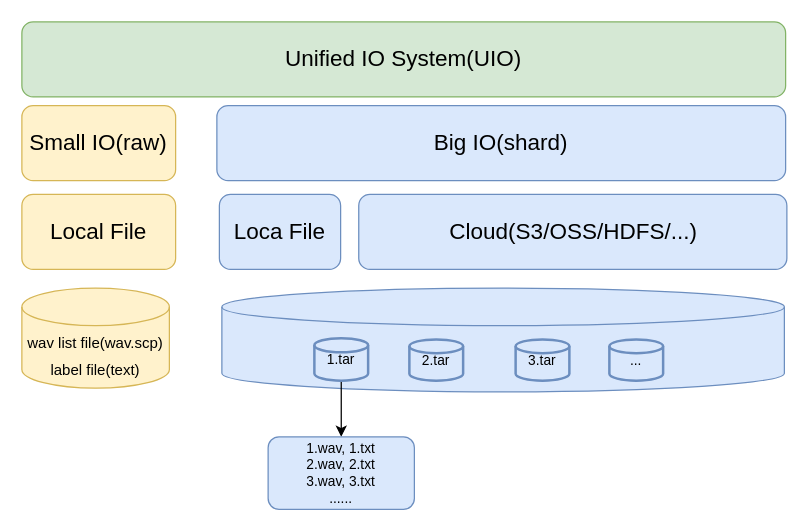
The draw.io diagram wenet_uio_system.drawio in robin1001/draw.io, before the edit. Source tidied: cells renumbered, new cells numbered last; positions are measured from the earlier drawing's top-left corner, leaving out a move shared by most shapes. Both pictures are drawn from the tidied source at 125%, with x=0, y=0 at pixel (21, 21).
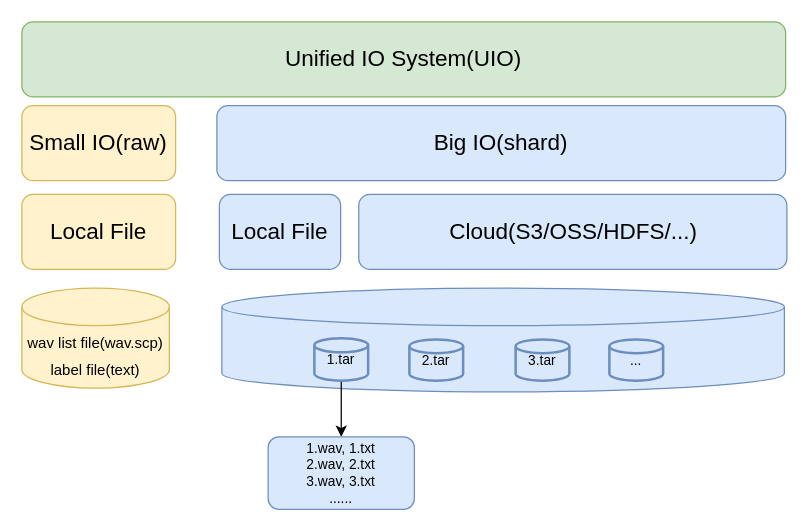
After the change.

Change to the diagram source:
```diff
@@
 <mxGraphModel>
   <root>
     <mxCell id="0" />
     <mxCell id="1" parent="0" />
     <mxCell id="2" value="Unified IO System(UIO)" style="rounded=1;whiteSpace=wrap;html=1;fillColor=#d5e8d4;strokeColor=#82b366;fontSize=18;" parent="1" vertex="1">
       <mxGeometry width="611" height="60" as="geometry" />
     </mxCell>
     <mxCell id="3" value="Small IO(raw)" style="rounded=1;whiteSpace=wrap;html=1;fontSize=18;fillColor=#fff2cc;strokeColor=#d6b656;" parent="1" vertex="1">
       <mxGeometry y="67" width="123" height="60" as="geometry" />
     </mxCell>
     <mxCell id="4" value="Big IO(shard)" style="rounded=1;whiteSpace=wrap;html=1;fontSize=18;fillColor=#dae8fc;strokeColor=#6c8ebf;" parent="1" vertex="1">
       <mxGeometry x="156" y="67" width="455" height="60" as="geometry" />
     </mxCell>
     <mxCell id="5" value="Local File" style="rounded=1;whiteSpace=wrap;html=1;fontSize=18;fillColor=#fff2cc;strokeColor=#d6b656;" parent="1" vertex="1">
       <mxGeometry y="138" width="123" height="60" as="geometry" />
     </mxCell>
-    <mxCell id="6" value="Loca File" style="rounded=1;whiteSpace=wrap;html=1;fontSize=18;fillColor=#dae8fc;strokeColor=#6c8ebf;" parent="1" vertex="1">
+    <mxCell id="6" value="Local File" style="rounded=1;whiteSpace=wrap;html=1;fontSize=18;fillColor=#dae8fc;strokeColor=#6c8ebf;" parent="1" vertex="1">
       <mxGeometry x="158" y="138" width="97" height="60" as="geometry" />
     </mxCell>
     <mxCell id="7" value="Cloud(S3/OSS/HDFS/...)" style="rounded=1;whiteSpace=wrap;html=1;fontSize=18;fillColor=#dae8fc;strokeColor=#6c8ebf;" parent="1" vertex="1">
       <mxGeometry x="269.5" y="138" width="342.5" height="60" as="geometry" />
     </mxCell>
     <mxCell id="8" value="&lt;font style=&quot;font-size: 12px&quot;&gt;wav list file(wav.scp)&lt;br&gt;label file(text)&lt;/font&gt;" style="shape=cylinder3;whiteSpace=wrap;html=1;boundedLbl=1;backgroundOutline=1;size=15;fontSize=18;fillColor=#fff2cc;strokeColor=#d6b656;" parent="1" vertex="1">
       <mxGeometry y="213" width="118" height="80" as="geometry" />
     </mxCell>
     <mxCell id="9" style="shape=cylinder3;whiteSpace=wrap;html=1;boundedLbl=1;backgroundOutline=1;size=15;fontSize=11;fillColor=#dae8fc;strokeColor=#6c8ebf;" parent="1" vertex="1">
       <mxGeometry x="160" y="213" width="450" height="83" as="geometry" />
     </mxCell>
     <mxCell id="10" value="2.tar" style="strokeWidth=2;html=1;shape=mxgraph.flowchart.database;whiteSpace=wrap;fontSize=11;fillColor=#dae8fc;strokeColor=#6c8ebf;" parent="1" vertex="1">
       <mxGeometry x="310" y="254" width="43" height="33" as="geometry" />
     </mxCell>
     <mxCell id="11" style="edgeStyle=orthogonalEdgeStyle;rounded=0;jettySize=auto;html=1;fontSize=11;" parent="1" edge="1" source="12" target="15">
       <mxGeometry relative="1" as="geometry" />
     </mxCell>
     <mxCell id="12" value="1.tar" style="strokeWidth=2;html=1;shape=mxgraph.flowchart.database;whiteSpace=wrap;fontSize=11;fillColor=#dae8fc;strokeColor=#6c8ebf;" parent="1" vertex="1">
       <mxGeometry x="234" y="253" width="43" height="34" as="geometry" />
     </mxCell>
     <mxCell id="13" value="..." style="strokeWidth=2;html=1;shape=mxgraph.flowchart.database;whiteSpace=wrap;fontSize=11;fillColor=#dae8fc;strokeColor=#6c8ebf;" parent="1" vertex="1">
       <mxGeometry x="470" y="254" width="43" height="33" as="geometry" />
     </mxCell>
     <mxCell id="14" value="3.tar" style="strokeWidth=2;html=1;shape=mxgraph.flowchart.database;whiteSpace=wrap;fontSize=11;fillColor=#dae8fc;strokeColor=#6c8ebf;" parent="1" vertex="1">
       <mxGeometry x="395" y="254" width="43" height="33" as="geometry" />
     </mxCell>
     <mxCell id="15" value="1.wav, 1.txt&lt;br&gt;2.wav, 2.txt&lt;br&gt;3.wav, 3.txt&lt;br&gt;......" style="rounded=1;whiteSpace=wrap;html=1;fontSize=11;fillColor=#dae8fc;strokeColor=#6c8ebf;" parent="1" vertex="1">
       <mxGeometry x="197" y="332" width="117" height="58" as="geometry" />
     </mxCell>
   </root>
 </mxGraphModel>
```
